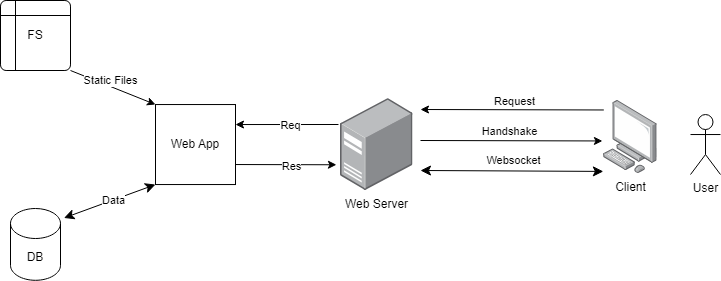
Earlier version of the draw.io export assets/images/documentazione/ipotesi_infrastruttura.png (Emaiarkeiou/Poker). Source tidied: cells renumbered, new cells last; positions are measured from the earlier drawing's top-left corner, leaving out a move shared by most shapes. Its diagram source:
```xml
<mxGraphModel>
  <root>
    <mxCell id="0" />
    <mxCell id="1" parent="0" />
    <mxCell id="2" value="Web Server" style="image;points=[];html=1;align=center;shadow=0;dashed=0;image=img/lib/allied_telesis/computer_and_terminals/Server_Desktop.svg;" parent="1" vertex="1">
      <mxGeometry x="340" y="98.1" width="72.5" height="91.9" as="geometry" />
    </mxCell>
    <mxCell id="3" value="Client" style="image;points=[];html=1;align=center;shadow=0;dashed=0;image=img/lib/allied_telesis/computer_and_terminals/Personal_Computer.svg;" parent="1" vertex="1">
      <mxGeometry x="603" y="100" width="53.8" height="72.9" as="geometry" />
    </mxCell>
    <mxCell id="4" style="edgeStyle=none;jettySize=auto;html=1;rounded=0;exitX=0.006;exitY=0.13;exitDx=0;exitDy=0;exitPerimeter=0;" parent="1" edge="1" source="3">
      <mxGeometry relative="1" as="geometry">
        <mxPoint x="420" y="109" as="targetPoint" />
      </mxGeometry>
    </mxCell>
    <mxCell id="5" value="Request" style="edgeLabel;html=1;align=center;verticalAlign=middle;" parent="4" vertex="1">
      <mxGeometry x="-0.16" y="2" relative="1" as="geometry">
        <mxPoint x="-13" y="-11" as="offset" />
      </mxGeometry>
    </mxCell>
    <mxCell id="6" style="edgeStyle=none;jettySize=auto;html=1;rounded=0;entryX=-0.02;entryY=0.555;entryDx=0;entryDy=0;entryPerimeter=0;" parent="1" edge="1" target="3">
      <mxGeometry relative="1" as="geometry">
        <mxPoint x="420" y="140" as="sourcePoint" />
      </mxGeometry>
    </mxCell>
    <mxCell id="7" value="Handshake" style="edgeLabel;html=1;align=center;verticalAlign=middle;" parent="6" vertex="1">
      <mxGeometry x="-0.16" y="2" relative="1" as="geometry">
        <mxPoint x="12" y="-8" as="offset" />
      </mxGeometry>
    </mxCell>
    <mxCell id="8" style="edgeStyle=none;jettySize=auto;html=1;endArrow=classic;startArrow=classic;endSize=8;startSize=8;rounded=0;entryX=-0.003;entryY=0.973;entryDx=0;entryDy=0;entryPerimeter=0;" parent="1" edge="1" target="3">
      <mxGeometry relative="1" as="geometry">
        <mxPoint x="420" y="170" as="sourcePoint" />
      </mxGeometry>
    </mxCell>
    <mxCell id="9" value="Websocket" style="edgeLabel;html=1;align=center;verticalAlign=middle;" parent="8" vertex="1">
      <mxGeometry x="0.11" y="-1" relative="1" as="geometry">
        <mxPoint x="-9" y="-12" as="offset" />
      </mxGeometry>
    </mxCell>
    <mxCell id="10" value="Web App" style="whiteSpace=wrap;html=1;" parent="1" vertex="1">
      <mxGeometry x="155" y="104" width="80" height="80" as="geometry" />
    </mxCell>
    <mxCell id="11" value="FS" style="shape=internalStorage;whiteSpace=wrap;html=1;dx=15;dy=15;rounded=1;arcSize=8;strokeWidth=1;" parent="1" vertex="1">
      <mxGeometry width="70" height="70" as="geometry" />
    </mxCell>
    <mxCell id="12" value="DB" style="shape=cylinder3;whiteSpace=wrap;html=1;boundedLbl=1;backgroundOutline=1;size=15;" parent="1" vertex="1">
      <mxGeometry x="10" y="208" width="50" height="71.8" as="geometry" />
    </mxCell>
    <mxCell id="13" style="edgeStyle=none;jettySize=auto;html=1;rounded=0;exitX=-0.028;exitY=0.282;exitDx=0;exitDy=0;exitPerimeter=0;entryX=1;entryY=0.25;entryDx=0;entryDy=0;" parent="1" edge="1" source="2" target="10">
      <mxGeometry relative="1" as="geometry" />
    </mxCell>
    <mxCell id="14" value="Req" style="edgeLabel;html=1;align=center;verticalAlign=middle;" parent="13" vertex="1">
      <mxGeometry x="-0.31" y="1" relative="1" as="geometry">
        <mxPoint x="-13" as="offset" />
      </mxGeometry>
    </mxCell>
    <mxCell id="15" style="edgeStyle=none;jettySize=auto;html=1;rounded=0;exitX=1;exitY=0.75;exitDx=0;exitDy=0;entryX=-0.056;entryY=0.72;entryDx=0;entryDy=0;entryPerimeter=0;" parent="1" edge="1" source="10" target="2">
      <mxGeometry relative="1" as="geometry" />
    </mxCell>
    <mxCell id="16" value="Res" style="edgeLabel;html=1;align=center;verticalAlign=middle;" parent="15" vertex="1">
      <mxGeometry x="0.17" y="-1" relative="1" as="geometry">
        <mxPoint x="-4" as="offset" />
      </mxGeometry>
    </mxCell>
    <mxCell id="17" style="edgeStyle=none;jettySize=auto;html=1;rounded=0;exitX=1;exitY=1;exitDx=0;exitDy=0;entryX=0;entryY=0;entryDx=0;entryDy=0;" parent="1" edge="1" source="11" target="10">
      <mxGeometry relative="1" as="geometry" />
    </mxCell>
    <mxCell id="18" value="Static Files" style="edgeLabel;html=1;align=center;verticalAlign=middle;" parent="17" vertex="1">
      <mxGeometry x="0.24" relative="1" as="geometry">
        <mxPoint x="-13" y="-11" as="offset" />
      </mxGeometry>
    </mxCell>
    <mxCell id="19" style="edgeStyle=none;jettySize=auto;html=1;endArrow=classic;startArrow=classic;endSize=8;startSize=8;rounded=0;exitX=1.07;exitY=0.132;exitDx=0;exitDy=0;exitPerimeter=0;entryX=0;entryY=1;entryDx=0;entryDy=0;" parent="1" edge="1" source="12" target="10">
      <mxGeometry relative="1" as="geometry" />
    </mxCell>
    <mxCell id="20" value="Data" style="edgeLabel;html=1;align=center;verticalAlign=middle;" parent="19" vertex="1">
      <mxGeometry x="0.08" relative="1" as="geometry" />
    </mxCell>
    <mxCell id="21" value="User" style="shape=umlActor;verticalLabelPosition=bottom;verticalAlign=top;html=1;" parent="1" vertex="1">
      <mxGeometry x="690" y="114" width="30" height="60" as="geometry" />
    </mxCell>
  </root>
</mxGraphModel>
```
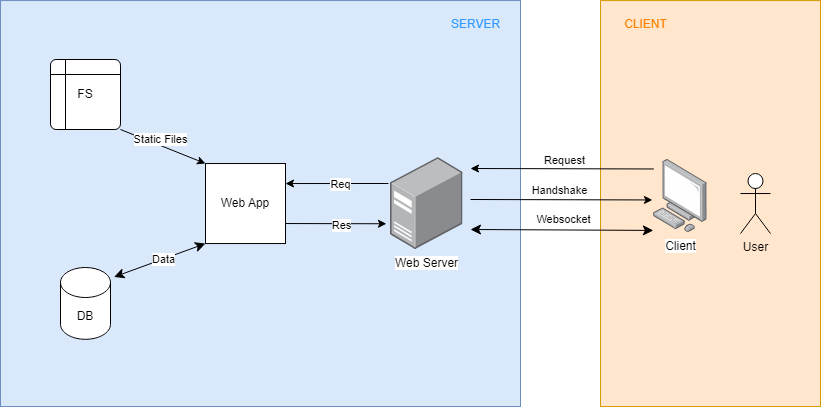
After the change.

Change to the diagram source:
```diff
@@ -2,6 +2,12 @@
   <root>
     <mxCell id="0" />
     <mxCell id="1" parent="0" />
+    <mxCell id="22" style="rounded=0;whiteSpace=wrap;html=1;fillColor=#ffe6cc;strokeColor=#d79b00;" parent="1" vertex="1">
+      <mxGeometry x="550" y="-58.9" width="220" height="406" as="geometry" />
+    </mxCell>
+    <mxCell id="23" style="rounded=0;whiteSpace=wrap;html=1;fillColor=#dae8fc;strokeColor=#6c8ebf;" parent="1" vertex="1">
+      <mxGeometry x="-50" y="-58.9" width="520" height="406" as="geometry" />
+    </mxCell>
     <mxCell id="2" value="Web Server" style="image;points=[];html=1;align=center;shadow=0;dashed=0;image=img/lib/allied_telesis/computer_and_terminals/Server_Desktop.svg;" parent="1" vertex="1">
       <mxGeometry x="340" y="98.1" width="72.5" height="91.9" as="geometry" />
     </mxCell>
@@ -80,5 +86,11 @@
     <mxCell id="21" value="User" style="shape=umlActor;verticalLabelPosition=bottom;verticalAlign=top;html=1;" parent="1" vertex="1">
       <mxGeometry x="690" y="114" width="30" height="60" as="geometry" />
     </mxCell>
+    <mxCell id="24" value="&lt;font color=&quot;#ff8000&quot;&gt;CLIENT&lt;/font&gt;" style="text;html=1;align=center;verticalAlign=middle;strokeColor=none;fillColor=none;" parent="1" vertex="1">
+      <mxGeometry x="560" y="-50" width="70" height="30" as="geometry" />
+    </mxCell>
+    <mxCell id="25" value="&lt;font color=&quot;#3399ff&quot;&gt;SERVER&lt;/font&gt;" style="text;html=1;align=center;verticalAlign=middle;strokeColor=none;fillColor=none;" parent="1" vertex="1">
+      <mxGeometry x="390" y="-50" width="70" height="30" as="geometry" />
+    </mxCell>
   </root>
 </mxGraphModel>
```
